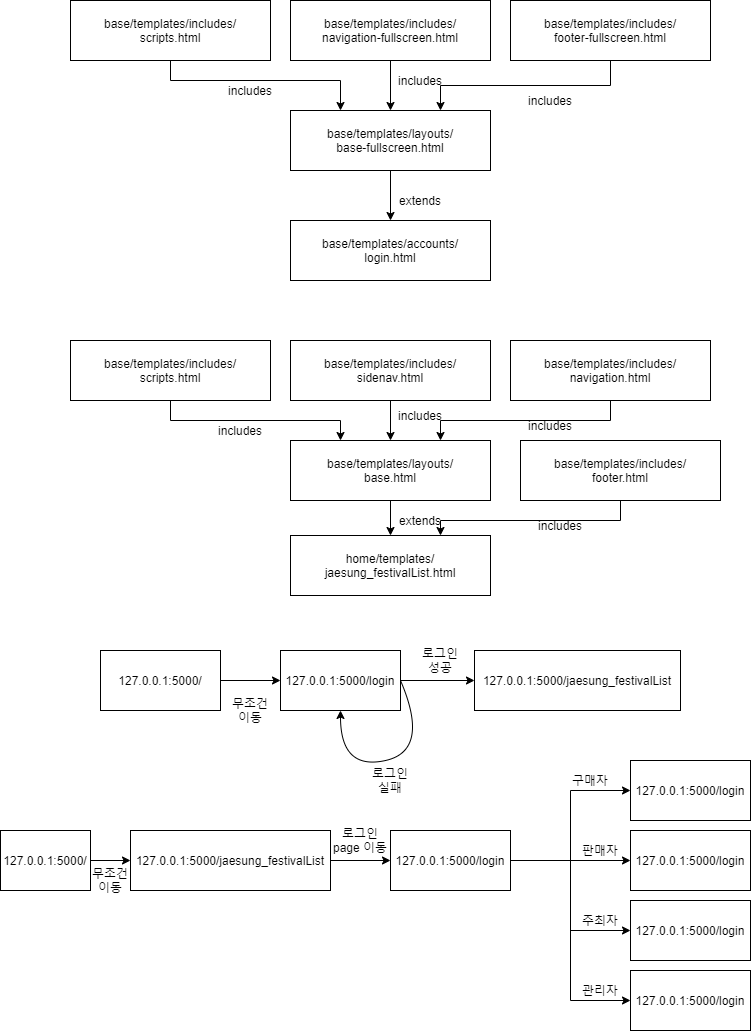
Earlier version of the draw.io export flask_argon.png (jslee6091/POS_webserver). Source tidied: cells renumbered, new cells last; positions are measured from the earlier drawing's top-left corner, leaving out a move shared by most shapes.
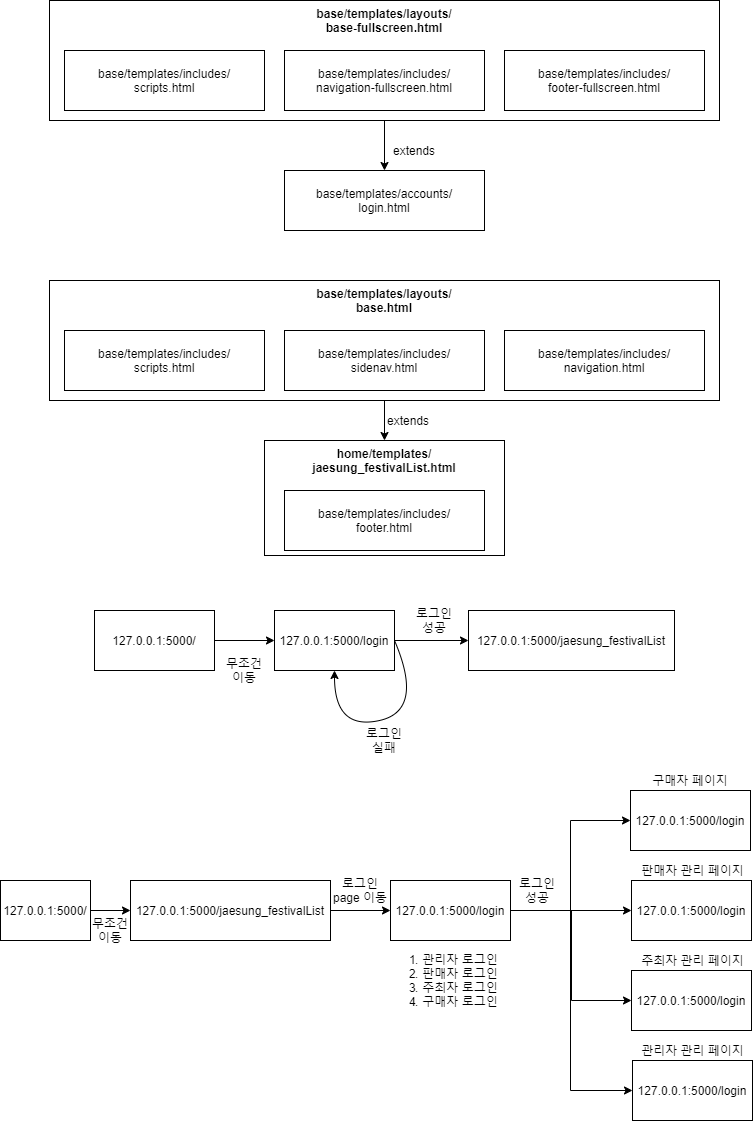
Above is the later version.

Change to the diagram source:
```diff
@@ -3,207 +3,161 @@
     <mxCell id="0" />
     <mxCell id="1" parent="0" />
     <mxCell id="2" value="base/templates/accounts/&lt;br&gt;login.html" style="rounded=0;whiteSpace=wrap;html=1;" parent="1" vertex="1">
-      <mxGeometry x="290" y="220" width="200" height="60" as="geometry" />
+      <mxGeometry x="284" y="170" width="200" height="60" as="geometry" />
     </mxCell>
     <mxCell id="3" style="edgeStyle=orthogonalEdgeStyle;rounded=0;jettySize=auto;html=1;entryX=0.5;entryY=0;entryDx=0;entryDy=0;" parent="1" edge="1" source="4" target="2">
       <mxGeometry relative="1" as="geometry" />
     </mxCell>
-    <mxCell id="4" value="base/templates/layouts/&lt;br&gt;&lt;div&gt;&lt;span&gt;base-fullscreen.html&lt;/span&gt;&lt;/div&gt;" style="rounded=0;whiteSpace=wrap;html=1;" parent="1" vertex="1">
-      <mxGeometry x="290" y="110" width="200" height="60" as="geometry" />
+    <mxCell id="4" value="&lt;b&gt;base/templates/layouts/&lt;br&gt;&lt;/b&gt;&lt;div&gt;&lt;span&gt;&lt;b&gt;base-fullscreen.html&lt;/b&gt;&lt;/span&gt;&lt;/div&gt;" style="rounded=0;whiteSpace=wrap;html=1;verticalAlign=top;" parent="1" vertex="1">
+      <mxGeometry x="49" width="670" height="120" as="geometry" />
     </mxCell>
     <mxCell id="5" value="extends" style="text;html=1;strokeColor=none;fillColor=none;align=center;verticalAlign=middle;whiteSpace=wrap;rounded=0;" parent="1" vertex="1">
-      <mxGeometry x="400" y="190" width="40" height="20" as="geometry" />
+      <mxGeometry x="394" y="140" width="40" height="20" as="geometry" />
     </mxCell>
-    <mxCell id="6" style="edgeStyle=orthogonalEdgeStyle;rounded=0;jettySize=auto;html=1;" parent="1" edge="1" source="7" target="4">
-      <mxGeometry relative="1" as="geometry" />
-    </mxCell>
     <mxCell id="7" value="base/templates/includes/&lt;br&gt;&lt;div&gt;&lt;span&gt;navigation-fullscreen.html&lt;/span&gt;&lt;/div&gt;" style="rounded=0;whiteSpace=wrap;html=1;" parent="1" vertex="1">
-      <mxGeometry x="290" width="200" height="60" as="geometry" />
+      <mxGeometry x="284" y="50" width="200" height="60" as="geometry" />
     </mxCell>
-    <mxCell id="8" value="includes" style="text;html=1;strokeColor=none;fillColor=none;align=center;verticalAlign=middle;whiteSpace=wrap;rounded=0;" parent="1" vertex="1">
-      <mxGeometry x="400" y="70" width="40" height="20" as="geometry" />
-    </mxCell>
-    <mxCell id="9" style="edgeStyle=orthogonalEdgeStyle;rounded=0;jettySize=auto;html=1;exitX=0.5;exitY=1;exitDx=0;exitDy=0;entryX=0.75;entryY=0;entryDx=0;entryDy=0;" parent="1" edge="1" source="10" target="4">
-      <mxGeometry relative="1" as="geometry" />
-    </mxCell>
     <mxCell id="10" value="base/templates/includes/&lt;br&gt;&lt;div&gt;&lt;span&gt;footer-fullscreen.html&lt;/span&gt;&lt;/div&gt;" style="rounded=0;whiteSpace=wrap;html=1;" parent="1" vertex="1">
-      <mxGeometry x="510" width="200" height="60" as="geometry" />
+      <mxGeometry x="504" y="50" width="200" height="60" as="geometry" />
     </mxCell>
-    <mxCell id="11" value="includes" style="text;html=1;strokeColor=none;fillColor=none;align=center;verticalAlign=middle;whiteSpace=wrap;rounded=0;" parent="1" vertex="1">
-      <mxGeometry x="530" y="90" width="40" height="20" as="geometry" />
-    </mxCell>
-    <mxCell id="12" style="edgeStyle=orthogonalEdgeStyle;rounded=0;jettySize=auto;html=1;entryX=0.25;entryY=0;entryDx=0;entryDy=0;" parent="1" edge="1" source="13" target="4">
-      <mxGeometry relative="1" as="geometry">
-        <Array as="points">
-          <mxPoint x="170" y="80" />
-          <mxPoint x="340" y="80" />
-        </Array>
-      </mxGeometry>
-    </mxCell>
     <mxCell id="13" value="base/templates/includes/&lt;br&gt;&lt;div&gt;&lt;span&gt;scripts.html&lt;/span&gt;&lt;/div&gt;" style="rounded=0;whiteSpace=wrap;html=1;" parent="1" vertex="1">
-      <mxGeometry x="70" width="200" height="60" as="geometry" />
+      <mxGeometry x="64" y="50" width="200" height="60" as="geometry" />
     </mxCell>
-    <mxCell id="14" value="includes" style="text;html=1;strokeColor=none;fillColor=none;align=center;verticalAlign=middle;whiteSpace=wrap;rounded=0;" parent="1" vertex="1">
-      <mxGeometry x="230" y="80" width="40" height="20" as="geometry" />
-    </mxCell>
-    <mxCell id="15" value="home/templates/&lt;br&gt;jaesung_festivalList.html" style="rounded=0;whiteSpace=wrap;html=1;" parent="1" vertex="1">
-      <mxGeometry x="290" y="535" width="200" height="60" as="geometry" />
+    <mxCell id="15" value="&lt;b&gt;home/templates/&lt;br&gt;jaesung_festivalList.html&lt;/b&gt;" style="rounded=0;whiteSpace=wrap;html=1;verticalAlign=top;" parent="1" vertex="1">
+      <mxGeometry x="264" y="440" width="240" height="115" as="geometry" />
     </mxCell>
     <mxCell id="16" style="edgeStyle=orthogonalEdgeStyle;rounded=0;jettySize=auto;html=1;" parent="1" edge="1" source="17" target="15">
       <mxGeometry relative="1" as="geometry" />
     </mxCell>
-    <mxCell id="17" value="base/templates/layouts/&lt;br&gt;base.html" style="rounded=0;whiteSpace=wrap;html=1;" parent="1" vertex="1">
-      <mxGeometry x="290" y="440" width="200" height="60" as="geometry" />
+    <mxCell id="17" value="&lt;b&gt;base/templates/layouts/&lt;br&gt;base.html&lt;/b&gt;" style="rounded=0;whiteSpace=wrap;html=1;verticalAlign=top;" parent="1" vertex="1">
+      <mxGeometry x="49" y="280" width="670" height="120" as="geometry" />
     </mxCell>
     <mxCell id="18" value="extends" style="text;html=1;strokeColor=none;fillColor=none;align=center;verticalAlign=middle;whiteSpace=wrap;rounded=0;" parent="1" vertex="1">
-      <mxGeometry x="400" y="510" width="40" height="20" as="geometry" />
+      <mxGeometry x="388" y="410" width="40" height="20" as="geometry" />
     </mxCell>
-    <mxCell id="19" style="edgeStyle=orthogonalEdgeStyle;rounded=0;jettySize=auto;html=1;entryX=0.25;entryY=0;entryDx=0;entryDy=0;" parent="1" edge="1" source="20" target="17">
-      <mxGeometry relative="1" as="geometry">
-        <Array as="points">
-          <mxPoint x="170" y="420" />
-          <mxPoint x="340" y="420" />
-        </Array>
-      </mxGeometry>
-    </mxCell>
     <mxCell id="20" value="base/templates/includes/&lt;br&gt;&lt;div&gt;&lt;span&gt;scripts.html&lt;/span&gt;&lt;/div&gt;" style="rounded=0;whiteSpace=wrap;html=1;" parent="1" vertex="1">
-      <mxGeometry x="70" y="340" width="200" height="60" as="geometry" />
+      <mxGeometry x="64" y="330" width="200" height="60" as="geometry" />
     </mxCell>
-    <mxCell id="21" style="edgeStyle=orthogonalEdgeStyle;rounded=0;jettySize=auto;html=1;exitX=0.5;exitY=1;exitDx=0;exitDy=0;entryX=0.5;entryY=0;entryDx=0;entryDy=0;" parent="1" edge="1" source="22" target="17">
-      <mxGeometry relative="1" as="geometry" />
-    </mxCell>
     <mxCell id="22" value="base/templates/includes/&lt;br&gt;&lt;div&gt;&lt;span&gt;sidenav.html&lt;/span&gt;&lt;/div&gt;" style="rounded=0;whiteSpace=wrap;html=1;" parent="1" vertex="1">
-      <mxGeometry x="290" y="340" width="200" height="60" as="geometry" />
+      <mxGeometry x="284" y="330" width="200" height="60" as="geometry" />
     </mxCell>
-    <mxCell id="23" style="edgeStyle=orthogonalEdgeStyle;rounded=0;jettySize=auto;html=1;entryX=0.75;entryY=0;entryDx=0;entryDy=0;" parent="1" edge="1" source="24" target="17">
-      <mxGeometry relative="1" as="geometry">
-        <Array as="points">
-          <mxPoint x="610" y="420" />
-          <mxPoint x="440" y="420" />
-        </Array>
-      </mxGeometry>
-    </mxCell>
     <mxCell id="24" value="base/templates/includes/&lt;br&gt;&lt;div&gt;&lt;span&gt;navigation.html&lt;/span&gt;&lt;/div&gt;" style="rounded=0;whiteSpace=wrap;html=1;" parent="1" vertex="1">
-      <mxGeometry x="510" y="340" width="200" height="60" as="geometry" />
+      <mxGeometry x="504" y="330" width="200" height="60" as="geometry" />
     </mxCell>
-    <mxCell id="25" value="includes" style="text;html=1;strokeColor=none;fillColor=none;align=center;verticalAlign=middle;whiteSpace=wrap;rounded=0;" parent="1" vertex="1">
-      <mxGeometry x="220" y="420" width="40" height="20" as="geometry" />
-    </mxCell>
-    <mxCell id="26" value="includes" style="text;html=1;strokeColor=none;fillColor=none;align=center;verticalAlign=middle;whiteSpace=wrap;rounded=0;" parent="1" vertex="1">
-      <mxGeometry x="400" y="405" width="40" height="20" as="geometry" />
-    </mxCell>
-    <mxCell id="27" value="includes" style="text;html=1;strokeColor=none;fillColor=none;align=center;verticalAlign=middle;whiteSpace=wrap;rounded=0;" parent="1" vertex="1">
-      <mxGeometry x="530" y="415" width="40" height="20" as="geometry" />
-    </mxCell>
-    <mxCell id="28" style="edgeStyle=orthogonalEdgeStyle;rounded=0;jettySize=auto;html=1;entryX=0.75;entryY=0;entryDx=0;entryDy=0;" parent="1" edge="1" source="29" target="15">
-      <mxGeometry relative="1" as="geometry">
-        <Array as="points">
-          <mxPoint x="620" y="520" />
-          <mxPoint x="440" y="520" />
-        </Array>
-      </mxGeometry>
-    </mxCell>
     <mxCell id="29" value="base/templates/includes/&lt;br&gt;&lt;div&gt;&lt;span&gt;footer.html&lt;/span&gt;&lt;/div&gt;" style="rounded=0;whiteSpace=wrap;html=1;" parent="1" vertex="1">
-      <mxGeometry x="520" y="440" width="200" height="60" as="geometry" />
+      <mxGeometry x="284" y="490" width="200" height="60" as="geometry" />
     </mxCell>
-    <mxCell id="30" value="includes" style="text;html=1;strokeColor=none;fillColor=none;align=center;verticalAlign=middle;whiteSpace=wrap;rounded=0;" parent="1" vertex="1">
-      <mxGeometry x="540" y="515" width="40" height="20" as="geometry" />
-    </mxCell>
     <mxCell id="31" style="edgeStyle=orthogonalEdgeStyle;rounded=0;jettySize=auto;html=1;" parent="1" edge="1" source="32">
       <mxGeometry relative="1" as="geometry">
-        <mxPoint x="280" y="680" as="targetPoint" />
+        <mxPoint x="274" y="640" as="targetPoint" />
       </mxGeometry>
     </mxCell>
     <mxCell id="32" value="127.0.0.1:5000/" style="rounded=0;whiteSpace=wrap;html=1;" parent="1" vertex="1">
-      <mxGeometry x="100" y="650" width="120" height="60" as="geometry" />
+      <mxGeometry x="94" y="610" width="120" height="60" as="geometry" />
     </mxCell>
     <mxCell id="33" style="edgeStyle=orthogonalEdgeStyle;rounded=0;jettySize=auto;html=1;entryX=0;entryY=0.5;entryDx=0;entryDy=0;" parent="1" edge="1" source="34" target="35">
       <mxGeometry relative="1" as="geometry" />
     </mxCell>
     <mxCell id="34" value="127.0.0.1:5000/login" style="rounded=0;whiteSpace=wrap;html=1;" parent="1" vertex="1">
-      <mxGeometry x="280" y="650" width="120" height="60" as="geometry" />
+      <mxGeometry x="274" y="610" width="120" height="60" as="geometry" />
     </mxCell>
     <mxCell id="35" value="127.0.0.1:5000/jaesung_festivalList" style="rounded=0;whiteSpace=wrap;html=1;" parent="1" vertex="1">
-      <mxGeometry x="474" y="650" width="206" height="60" as="geometry" />
+      <mxGeometry x="468" y="610" width="206" height="60" as="geometry" />
     </mxCell>
     <mxCell id="36" value="무조건 이동" style="text;html=1;strokeColor=none;fillColor=none;align=center;verticalAlign=middle;whiteSpace=wrap;rounded=0;" parent="1" vertex="1">
-      <mxGeometry x="230" y="700" width="40" height="20" as="geometry" />
+      <mxGeometry x="224" y="660" width="40" height="20" as="geometry" />
     </mxCell>
     <mxCell id="37" style="curved=1;endArrow=classic;html=1;entryX=0.5;entryY=1;entryDx=0;entryDy=0;exitX=1;exitY=0.5;exitDx=0;exitDy=0;" parent="1" edge="1" source="34" target="34">
       <mxGeometry relative="1" as="geometry">
         <Array as="points">
-          <mxPoint x="430" y="750" />
-          <mxPoint x="340" y="770" />
+          <mxPoint x="424" y="710" />
+          <mxPoint x="334" y="730" />
         </Array>
       </mxGeometry>
     </mxCell>
     <mxCell id="38" value="로그인 실패" style="text;html=1;strokeColor=none;fillColor=none;align=center;verticalAlign=middle;whiteSpace=wrap;rounded=0;" parent="1" vertex="1">
-      <mxGeometry x="370" y="770" width="40" height="20" as="geometry" />
+      <mxGeometry x="364" y="730" width="40" height="20" as="geometry" />
     </mxCell>
     <mxCell id="39" value="로그인 성공" style="text;html=1;strokeColor=none;fillColor=none;align=center;verticalAlign=middle;whiteSpace=wrap;rounded=0;" parent="1" vertex="1">
-      <mxGeometry x="420" y="650" width="40" height="20" as="geometry" />
+      <mxGeometry x="414" y="610" width="40" height="20" as="geometry" />
     </mxCell>
     <mxCell id="40" style="edgeStyle=orthogonalEdgeStyle;rounded=0;jettySize=auto;html=1;exitX=1;exitY=0.5;exitDx=0;exitDy=0;entryX=0;entryY=0.5;entryDx=0;entryDy=0;" parent="1" edge="1" source="41" target="43">
       <mxGeometry relative="1" as="geometry" />
     </mxCell>
     <mxCell id="41" value="127.0.0.1:5000/" style="rounded=0;whiteSpace=wrap;html=1;" parent="1" vertex="1">
-      <mxGeometry y="830" width="90" height="60" as="geometry" />
+      <mxGeometry y="880" width="90" height="60" as="geometry" />
     </mxCell>
     <mxCell id="42" style="edgeStyle=orthogonalEdgeStyle;rounded=0;jettySize=auto;html=1;entryX=0;entryY=0.5;entryDx=0;entryDy=0;" parent="1" edge="1" source="43" target="49">
       <mxGeometry relative="1" as="geometry" />
     </mxCell>
     <mxCell id="43" value="127.0.0.1:5000/jaesung_festivalList" style="rounded=0;whiteSpace=wrap;html=1;" parent="1" vertex="1">
-      <mxGeometry x="130" y="830" width="200" height="60" as="geometry" />
+      <mxGeometry x="130" y="880" width="200" height="60" as="geometry" />
     </mxCell>
     <mxCell id="44" value="무조건 이동" style="text;html=1;strokeColor=none;fillColor=none;align=center;verticalAlign=middle;whiteSpace=wrap;rounded=0;" parent="1" vertex="1">
-      <mxGeometry x="90" y="870" width="40" height="20" as="geometry" />
+      <mxGeometry x="90" y="920" width="40" height="20" as="geometry" />
     </mxCell>
     <mxCell id="45" style="edgeStyle=orthogonalEdgeStyle;rounded=0;jettySize=auto;html=1;entryX=0;entryY=0.5;entryDx=0;entryDy=0;" parent="1" edge="1" source="49" target="51">
-      <mxGeometry relative="1" as="geometry" />
+      <mxGeometry relative="1" as="geometry">
+        <Array as="points">
+          <mxPoint x="570" y="910" />
+          <mxPoint x="570" y="820" />
+        </Array>
+      </mxGeometry>
     </mxCell>
-    <mxCell id="46" style="edgeStyle=orthogonalEdgeStyle;rounded=0;jettySize=auto;html=1;entryX=0;entryY=0.5;entryDx=0;entryDy=0;" parent="1" edge="1" source="49" target="52">
-      <mxGeometry relative="1" as="geometry">
-        <Array as="points">
-          <mxPoint x="570" y="860" />
-          <mxPoint x="570" y="860" />
-        </Array>
-      </mxGeometry>
-    </mxCell>
     <mxCell id="47" style="edgeStyle=orthogonalEdgeStyle;rounded=0;jettySize=auto;html=1;entryX=0;entryY=0.5;entryDx=0;entryDy=0;" parent="1" edge="1" source="49" target="53">
-      <mxGeometry relative="1" as="geometry" />
+      <mxGeometry relative="1" as="geometry">
+        <Array as="points">
+          <mxPoint x="571" y="910" />
+          <mxPoint x="571" y="1000" />
+        </Array>
+      </mxGeometry>
     </mxCell>
     <mxCell id="48" style="edgeStyle=orthogonalEdgeStyle;rounded=0;jettySize=auto;html=1;entryX=0;entryY=0.5;entryDx=0;entryDy=0;" parent="1" edge="1" source="49" target="54">
-      <mxGeometry relative="1" as="geometry" />
+      <mxGeometry relative="1" as="geometry">
+        <Array as="points">
+          <mxPoint x="570" y="910" />
+          <mxPoint x="570" y="1090" />
+        </Array>
+      </mxGeometry>
     </mxCell>
+    <mxCell id="46" style="edgeStyle=orthogonalEdgeStyle;rounded=0;jettySize=auto;html=1;entryX=0;entryY=0.5;entryDx=0;entryDy=0;" parent="1" edge="1" source="49" target="52">
+      <mxGeometry relative="1" as="geometry" />
+    </mxCell>
     <mxCell id="49" value="127.0.0.1:5000/login" style="rounded=0;whiteSpace=wrap;html=1;" parent="1" vertex="1">
-      <mxGeometry x="390" y="830" width="120" height="60" as="geometry" />
+      <mxGeometry x="390" y="880" width="120" height="60" as="geometry" />
     </mxCell>
     <mxCell id="50" value="로그인 page 이동" style="text;html=1;strokeColor=none;fillColor=none;align=center;verticalAlign=middle;whiteSpace=wrap;rounded=0;" parent="1" vertex="1">
-      <mxGeometry x="330" y="830" width="60" height="20" as="geometry" />
+      <mxGeometry x="330" y="880" width="60" height="20" as="geometry" />
     </mxCell>
     <mxCell id="51" value="127.0.0.1:5000/login" style="rounded=0;whiteSpace=wrap;html=1;" parent="1" vertex="1">
-      <mxGeometry x="630" y="760" width="120" height="60" as="geometry" />
+      <mxGeometry x="630" y="790" width="120" height="60" as="geometry" />
     </mxCell>
     <mxCell id="52" value="127.0.0.1:5000/login" style="rounded=0;whiteSpace=wrap;html=1;" parent="1" vertex="1">
-      <mxGeometry x="630" y="830" width="120" height="60" as="geometry" />
+      <mxGeometry x="631" y="880" width="120" height="60" as="geometry" />
     </mxCell>
     <mxCell id="53" value="127.0.0.1:5000/login" style="rounded=0;whiteSpace=wrap;html=1;" parent="1" vertex="1">
-      <mxGeometry x="630" y="900" width="120" height="60" as="geometry" />
+      <mxGeometry x="631" y="970" width="120" height="60" as="geometry" />
     </mxCell>
     <mxCell id="54" value="127.0.0.1:5000/login" style="rounded=0;whiteSpace=wrap;html=1;" parent="1" vertex="1">
-      <mxGeometry x="630" y="970" width="120" height="60" as="geometry" />
+      <mxGeometry x="632" y="1060" width="120" height="60" as="geometry" />
     </mxCell>
-    <mxCell id="55" value="구매자" style="text;html=1;strokeColor=none;fillColor=none;align=center;verticalAlign=middle;whiteSpace=wrap;rounded=0;" parent="1" vertex="1">
-      <mxGeometry x="560" y="770" width="60" height="20" as="geometry" />
+    <mxCell id="55" value="구매자 페이지" style="text;html=1;strokeColor=none;fillColor=none;align=center;verticalAlign=middle;whiteSpace=wrap;rounded=0;" parent="1" vertex="1">
+      <mxGeometry x="650" y="770" width="80" height="20" as="geometry" />
     </mxCell>
-    <mxCell id="56" value="판매자" style="text;html=1;strokeColor=none;fillColor=none;align=center;verticalAlign=middle;whiteSpace=wrap;rounded=0;" parent="1" vertex="1">
-      <mxGeometry x="570" y="840" width="60" height="20" as="geometry" />
+    <mxCell id="56" value="판매자 관리 페이지" style="text;html=1;strokeColor=none;fillColor=none;align=center;verticalAlign=middle;whiteSpace=wrap;rounded=0;" parent="1" vertex="1">
+      <mxGeometry x="637.5" y="860" width="109" height="20" as="geometry" />
     </mxCell>
-    <mxCell id="57" value="주최자" style="text;html=1;strokeColor=none;fillColor=none;align=center;verticalAlign=middle;whiteSpace=wrap;rounded=0;" parent="1" vertex="1">
-      <mxGeometry x="570" y="910" width="60" height="20" as="geometry" />
+    <mxCell id="57" value="주최자 관리 페이지" style="text;html=1;strokeColor=none;fillColor=none;align=center;verticalAlign=middle;whiteSpace=wrap;rounded=0;" parent="1" vertex="1">
+      <mxGeometry x="636.5" y="950" width="111" height="20" as="geometry" />
     </mxCell>
-    <mxCell id="58" value="관리자" style="text;html=1;strokeColor=none;fillColor=none;align=center;verticalAlign=middle;whiteSpace=wrap;rounded=0;" parent="1" vertex="1">
-      <mxGeometry x="570" y="980" width="60" height="20" as="geometry" />
+    <mxCell id="58" value="관리자 관리 페이지" style="text;html=1;strokeColor=none;fillColor=none;align=center;verticalAlign=middle;whiteSpace=wrap;rounded=0;" parent="1" vertex="1">
+      <mxGeometry x="636.5" y="1040" width="111" height="20" as="geometry" />
     </mxCell>
+    <mxCell id="59" value="로그인 성공" style="text;html=1;strokeColor=none;fillColor=none;align=center;verticalAlign=middle;whiteSpace=wrap;rounded=0;" parent="1" vertex="1">
+      <mxGeometry x="514" y="880" width="46" height="20" as="geometry" />
+    </mxCell>
+    <mxCell id="60" value="&lt;ol&gt;&lt;li&gt;관리자 로그인&lt;/li&gt;&lt;li&gt;판매자 로그인&lt;/li&gt;&lt;li&gt;주최자 로그인&lt;/li&gt;&lt;li&gt;구매자 로그인&lt;/li&gt;&lt;/ol&gt;" style="text;html=1;strokeColor=none;fillColor=none;align=center;verticalAlign=middle;whiteSpace=wrap;rounded=0;" parent="1" vertex="1">
+      <mxGeometry x="380" y="950" width="120" height="60" as="geometry" />
+    </mxCell>
   </root>
 </mxGraphModel>
```
